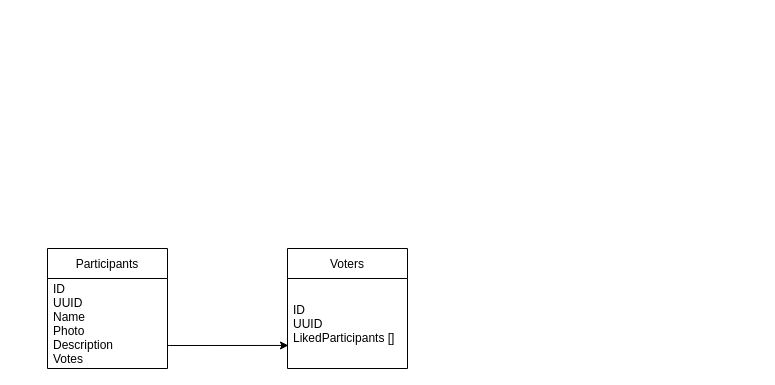
Earlier version of the draw.io diagram sql/sql.drawio (AlexanderTurok/beaty-telegram-bot). Source tidied: cells renumbered, new cells numbered last; positions are measured from the earlier drawing's top-left corner, leaving out a move shared by most shapes. Both pictures are drawn from the tidied source at 100%, with x=0, y=0 at pixel (47, 248).
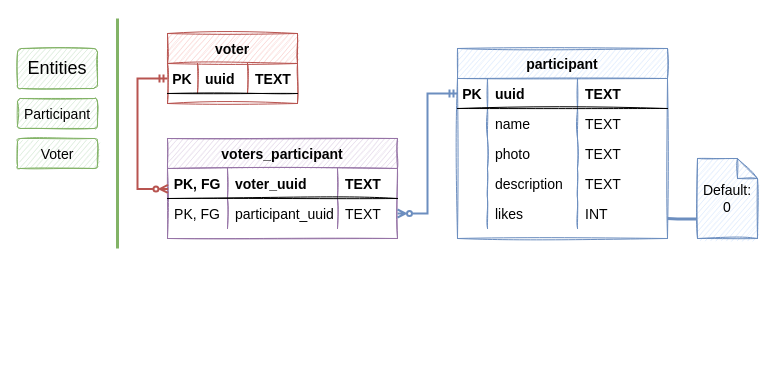
The same page after the edit.

Diff of the diagram source:
```diff
@@
-    <mxCell id="2" value="Participants" style="swimlane;fontStyle=0;horizontal=1;startSize=30;" parent="1" vertex="1">
-      <mxGeometry width="120" height="120" as="geometry" />
-    </mxCell>
-    <mxCell id="3" value="ID&#10;UUID&#10;Name&#10;Photo&#10;Description&#10;Votes" style="text;strokeColor=none;fillColor=none;align=left;verticalAlign=middle;spacingLeft=4;spacingRight=4;overflow=hidden;" parent="2" vertex="1">
-      <mxGeometry y="30" width="120" height="90" as="geometry" />
-    </mxCell>
-    <mxCell id="4" value="Voters" style="swimlane;fontStyle=0;horizontal=1;startSize=30;" parent="1" vertex="1">
-      <mxGeometry x="240" width="120" height="120" as="geometry" />
-    </mxCell>
-    <mxCell id="5" value="ID&#10;UUID&#10;LikedParticipants []" style="text;strokeColor=none;fillColor=none;align=left;verticalAlign=middle;spacingLeft=4;spacingRight=4;overflow=hidden;points=[[0,0.5],[1,0.5]];portConstraint=eastwest;" parent="4" vertex="1">
-      <mxGeometry y="30" width="120" height="90" as="geometry" />
-    </mxCell>
-    <mxCell id="6" style="edgeStyle=orthogonalEdgeStyle;rounded=0;jettySize=auto;html=1;entryX=0.008;entryY=0.744;entryDx=0;entryDy=0;entryPerimeter=0;" parent="1" edge="1" target="5">
-      <mxGeometry relative="1" as="geometry">
-        <mxPoint x="120" y="97" as="sourcePoint" />
-        <Array as="points">
-          <mxPoint x="122" y="97" />
-        </Array>
-      </mxGeometry>
-    </mxCell>
+    <mxCell id="7" value="&lt;font style=&quot;font-size: 18px;&quot;&gt;Entities&lt;/font&gt;" style="rounded=1;arcSize=10;whiteSpace=wrap;html=1;align=center;sketch=1;fillColor=#d5e8d4;strokeColor=#82b366;" parent="1" vertex="1">
+      <mxGeometry x="-30" y="-200" width="80" height="40" as="geometry" />
+    </mxCell>
+    <mxCell id="8" value="&lt;font style=&quot;font-size: 14px;&quot;&gt;Participant&lt;/font&gt;" style="rounded=1;arcSize=10;whiteSpace=wrap;html=1;align=center;sketch=1;fontSize=18;fillColor=#d5e8d4;strokeColor=#82b366;" parent="1" vertex="1">
+      <mxGeometry x="-30" y="-150" width="80" height="30" as="geometry" />
+    </mxCell>
+    <mxCell id="9" value="&lt;span style=&quot;font-size: 14px;&quot;&gt;Voter&lt;/span&gt;" style="rounded=1;arcSize=10;whiteSpace=wrap;html=1;align=center;sketch=1;fontSize=18;fillColor=#d5e8d4;strokeColor=#82b366;" parent="1" vertex="1">
+      <mxGeometry x="-30" y="-110" width="80" height="30" as="geometry" />
+    </mxCell>
+    <mxCell id="10" style="endArrow=none;html=1;rounded=0;fontSize=14;fillColor=#d5e8d4;strokeColor=#82b366;strokeWidth=3;" parent="1" edge="1">
+      <mxGeometry relative="1" as="geometry">
+        <mxPoint x="70" as="sourcePoint" />
+        <mxPoint x="70" y="-230" as="targetPoint" />
+      </mxGeometry>
+    </mxCell>
+    <mxCell id="11" value="participant" style="shape=table;startSize=30;childLayout=tableLayout;rowLines=0;fontStyle=1;align=center;sketch=1;fontSize=14;fillColor=#dae8fc;strokeColor=#6c8ebf;" parent="1" vertex="1">
+      <mxGeometry x="410" y="-200" width="210" height="190" as="geometry" />
+    </mxCell>
+    <mxCell id="12" style="shape=tableRow;horizontal=0;startSize=0;swimlaneHead=0;swimlaneBody=0;fillColor=none;points=[[0,0.5],[1,0.5]];portConstraint=eastwest;top=0;left=0;right=0;bottom=1;sketch=1;fontSize=14;" parent="11" vertex="1">
+      <mxGeometry y="30" width="210" height="30" as="geometry" />
+    </mxCell>
+    <mxCell id="13" value="PK" style="shape=partialRectangle;fillColor=none;top=0;left=0;bottom=0;right=0;fontStyle=1;overflow=hidden;sketch=1;fontSize=14;" parent="12" vertex="1">
+      <mxGeometry width="30" height="30" as="geometry" />
+    </mxCell>
+    <mxCell id="14" value="uuid" style="shape=partialRectangle;fillColor=none;top=0;left=0;bottom=0;right=0;align=left;spacingLeft=6;fontStyle=1;overflow=hidden;sketch=1;fontSize=14;" parent="12" vertex="1">
+      <mxGeometry x="30" width="90" height="30" as="geometry" />
+    </mxCell>
+    <mxCell id="15" value="TEXT" style="shape=partialRectangle;fillColor=none;top=0;left=0;bottom=0;right=0;align=left;spacingLeft=6;fontStyle=1;overflow=hidden;sketch=1;fontSize=14;" parent="12" vertex="1">
+      <mxGeometry x="120" width="90" height="30" as="geometry" />
+    </mxCell>
+    <mxCell id="16" style="shape=tableRow;horizontal=0;startSize=0;swimlaneHead=0;swimlaneBody=0;fillColor=none;top=0;left=0;right=0;bottom=0;sketch=1;fontSize=14;" parent="11" vertex="1">
+      <mxGeometry y="60" width="210" height="30" as="geometry" />
+    </mxCell>
+    <mxCell id="17" style="shape=partialRectangle;fillColor=none;top=0;left=0;bottom=0;right=0;overflow=hidden;sketch=1;fontSize=14;" parent="16" vertex="1">
+      <mxGeometry width="30" height="30" as="geometry" />
+    </mxCell>
+    <mxCell id="18" value="name" style="shape=partialRectangle;fillColor=none;top=0;left=0;bottom=0;right=0;align=left;spacingLeft=6;overflow=hidden;sketch=1;fontSize=14;" parent="16" vertex="1">
+      <mxGeometry x="30" width="90" height="30" as="geometry" />
+    </mxCell>
+    <mxCell id="19" value="TEXT" style="shape=partialRectangle;fillColor=none;top=0;left=0;bottom=0;right=0;align=left;spacingLeft=6;overflow=hidden;sketch=1;fontSize=14;" parent="16" vertex="1">
+      <mxGeometry x="120" width="90" height="30" as="geometry" />
+    </mxCell>
+    <mxCell id="20" style="shape=tableRow;horizontal=0;startSize=0;swimlaneHead=0;swimlaneBody=0;fillColor=none;top=0;left=0;right=0;bottom=0;sketch=1;fontSize=14;" parent="11" vertex="1">
+      <mxGeometry y="90" width="210" height="30" as="geometry" />
+    </mxCell>
+    <mxCell id="21" style="shape=partialRectangle;fillColor=none;top=0;left=0;bottom=0;right=0;overflow=hidden;sketch=1;fontSize=14;" parent="20" vertex="1">
+      <mxGeometry width="30" height="30" as="geometry" />
+    </mxCell>
+    <mxCell id="22" value="photo" style="shape=partialRectangle;fillColor=none;top=0;left=0;bottom=0;right=0;align=left;spacingLeft=6;overflow=hidden;sketch=1;fontSize=14;" parent="20" vertex="1">
+      <mxGeometry x="30" width="90" height="30" as="geometry" />
+    </mxCell>
+    <mxCell id="23" value="TEXT" style="shape=partialRectangle;fillColor=none;top=0;left=0;bottom=0;right=0;align=left;spacingLeft=6;overflow=hidden;sketch=1;fontSize=14;" parent="20" vertex="1">
+      <mxGeometry x="120" width="90" height="30" as="geometry" />
+    </mxCell>
+    <mxCell id="24" style="shape=tableRow;horizontal=0;startSize=0;swimlaneHead=0;swimlaneBody=0;fillColor=none;top=0;left=0;right=0;bottom=0;sketch=1;fontSize=14;" parent="11" vertex="1">
+      <mxGeometry y="120" width="210" height="30" as="geometry" />
+    </mxCell>
+    <mxCell id="25" style="shape=partialRectangle;fillColor=none;top=0;left=0;bottom=0;right=0;overflow=hidden;sketch=1;fontSize=14;" parent="24" vertex="1">
+      <mxGeometry width="30" height="30" as="geometry" />
+    </mxCell>
+    <mxCell id="26" value="description" style="shape=partialRectangle;fillColor=none;top=0;left=0;bottom=0;right=0;align=left;spacingLeft=6;overflow=hidden;sketch=1;fontSize=14;" parent="24" vertex="1">
+      <mxGeometry x="30" width="90" height="30" as="geometry" />
+    </mxCell>
+    <mxCell id="27" value="TEXT" style="shape=partialRectangle;fillColor=none;top=0;left=0;bottom=0;right=0;align=left;spacingLeft=6;overflow=hidden;sketch=1;fontSize=14;" parent="24" vertex="1">
+      <mxGeometry x="120" width="90" height="30" as="geometry" />
+    </mxCell>
+    <mxCell id="28" style="shape=tableRow;horizontal=0;startSize=0;swimlaneHead=0;swimlaneBody=0;fillColor=none;top=0;left=0;right=0;bottom=0;sketch=1;fontSize=14;" parent="11" vertex="1">
+      <mxGeometry y="150" width="210" height="30" as="geometry" />
+    </mxCell>
+    <mxCell id="29" style="shape=partialRectangle;fillColor=none;top=0;left=0;bottom=0;right=0;overflow=hidden;sketch=1;fontSize=14;" parent="28" vertex="1">
+      <mxGeometry width="30" height="30" as="geometry" />
+    </mxCell>
+    <mxCell id="30" value="likes" style="shape=partialRectangle;fillColor=none;top=0;left=0;bottom=0;right=0;align=left;spacingLeft=6;overflow=hidden;sketch=1;fontSize=14;" parent="28" vertex="1">
+      <mxGeometry x="30" width="90" height="30" as="geometry" />
+    </mxCell>
+    <mxCell id="31" value="INT" style="shape=partialRectangle;fillColor=none;top=0;left=0;bottom=0;right=0;align=left;spacingLeft=6;overflow=hidden;sketch=1;fontSize=14;" parent="28" vertex="1">
+      <mxGeometry x="120" width="90" height="30" as="geometry" />
+    </mxCell>
+    <mxCell id="32" style="edgeStyle=orthogonalEdgeStyle;rounded=0;jettySize=auto;html=1;strokeWidth=3;fontSize=14;exitX=-0.012;exitY=0.757;exitDx=0;exitDy=0;exitPerimeter=0;jumpSize=6;endSize=0;startSize=0;fillColor=#dae8fc;strokeColor=#6c8ebf;endArrow=none;endFill=0;" parent="1" edge="1" source="33">
+      <mxGeometry relative="1" as="geometry">
+        <mxPoint x="620" y="-30" as="targetPoint" />
+        <Array as="points">
+          <mxPoint x="630" y="-29" />
+          <mxPoint x="620" y="-30" />
+        </Array>
+      </mxGeometry>
+    </mxCell>
+    <mxCell id="33" value="Default: 0" style="shape=note;size=20;whiteSpace=wrap;html=1;sketch=1;fontSize=14;fillColor=#dae8fc;strokeColor=#6c8ebf;" parent="1" vertex="1">
+      <mxGeometry x="650" y="-90" width="60" height="80" as="geometry" />
+    </mxCell>
+    <mxCell id="34" value="voter" style="shape=table;startSize=30;childLayout=tableLayout;rowLines=0;fontStyle=1;align=center;sketch=1;fontSize=14;fillColor=#f8cecc;strokeColor=#b85450;" parent="1" vertex="1">
+      <mxGeometry x="120" y="-215" width="130" height="70" as="geometry" />
+    </mxCell>
+    <mxCell id="35" style="shape=tableRow;horizontal=0;startSize=0;swimlaneHead=0;swimlaneBody=0;fillColor=none;points=[[0,0.5],[1,0.5]];portConstraint=eastwest;top=0;left=0;right=0;bottom=1;sketch=1;fontSize=14;" parent="34" vertex="1">
+      <mxGeometry y="30" width="130" height="30" as="geometry" />
+    </mxCell>
+    <mxCell id="36" value="PK" style="shape=partialRectangle;fillColor=none;top=0;left=0;bottom=0;right=0;fontStyle=1;overflow=hidden;sketch=1;fontSize=14;" parent="35" vertex="1">
+      <mxGeometry width="30" height="30" as="geometry" />
+    </mxCell>
+    <mxCell id="37" value="uuid" style="shape=partialRectangle;fillColor=none;top=0;left=0;bottom=0;right=0;align=left;spacingLeft=6;fontStyle=1;overflow=hidden;sketch=1;fontSize=14;" parent="35" vertex="1">
+      <mxGeometry x="30" width="50" height="30" as="geometry" />
+    </mxCell>
+    <mxCell id="38" value="TEXT" style="shape=partialRectangle;fillColor=none;top=0;left=0;bottom=0;right=0;align=left;spacingLeft=6;fontStyle=1;overflow=hidden;sketch=1;fontSize=14;" parent="35" vertex="1">
+      <mxGeometry x="80" width="50" height="30" as="geometry" />
+    </mxCell>
+    <mxCell id="39" value="voters_participant" style="shape=table;startSize=30;childLayout=tableLayout;rowLines=0;fontStyle=1;align=center;sketch=1;fontSize=14;fillColor=#e1d5e7;strokeColor=#9673a6;" parent="1" vertex="1">
+      <mxGeometry x="120" y="-110" width="230" height="100" as="geometry" />
+    </mxCell>
+    <mxCell id="40" style="shape=tableRow;horizontal=0;startSize=0;swimlaneHead=0;swimlaneBody=0;fillColor=none;points=[[0,0.5],[1,0.5]];portConstraint=eastwest;top=0;left=0;right=0;bottom=1;sketch=1;fontSize=14;" parent="39" vertex="1">
+      <mxGeometry y="30" width="230" height="30" as="geometry" />
+    </mxCell>
+    <mxCell id="41" value="PK, FG" style="shape=partialRectangle;fillColor=none;top=0;left=0;bottom=0;right=0;fontStyle=1;overflow=hidden;sketch=1;fontSize=14;" parent="40" vertex="1">
+      <mxGeometry width="60" height="30" as="geometry" />
+    </mxCell>
+    <mxCell id="42" value="voter_uuid" style="shape=partialRectangle;fillColor=none;top=0;left=0;bottom=0;right=0;align=left;spacingLeft=6;fontStyle=1;overflow=hidden;sketch=1;fontSize=14;" parent="40" vertex="1">
+      <mxGeometry x="60" width="110" height="30" as="geometry" />
+    </mxCell>
+    <mxCell id="43" value="TEXT" style="shape=partialRectangle;fillColor=none;top=0;left=0;bottom=0;right=0;align=left;spacingLeft=6;fontStyle=1;overflow=hidden;sketch=1;fontSize=14;" parent="40" vertex="1">
+      <mxGeometry x="170" width="60" height="30" as="geometry" />
+    </mxCell>
+    <mxCell id="44" style="shape=tableRow;horizontal=0;startSize=0;swimlaneHead=0;swimlaneBody=0;fillColor=none;points=[[0,0.5],[1,0.5]];portConstraint=eastwest;top=0;left=0;right=0;bottom=0;sketch=1;fontSize=14;" parent="39" vertex="1">
+      <mxGeometry y="60" width="230" height="30" as="geometry" />
+    </mxCell>
+    <mxCell id="45" value="PK, FG" style="shape=partialRectangle;fillColor=none;top=0;left=0;bottom=0;right=0;overflow=hidden;sketch=1;fontSize=14;" parent="44" vertex="1">
+      <mxGeometry width="60" height="30" as="geometry" />
+    </mxCell>
+    <mxCell id="46" value="participant_uuid" style="shape=partialRectangle;fillColor=none;top=0;left=0;bottom=0;right=0;align=left;spacingLeft=6;overflow=hidden;sketch=1;fontSize=14;" parent="44" vertex="1">
+      <mxGeometry x="60" width="110" height="30" as="geometry" />
+    </mxCell>
+    <mxCell id="47" value="TEXT" style="shape=partialRectangle;fillColor=none;top=0;left=0;bottom=0;right=0;align=left;spacingLeft=6;overflow=hidden;sketch=1;fontSize=14;" parent="44" vertex="1">
+      <mxGeometry x="170" width="60" height="30" as="geometry" />
+    </mxCell>
+    <mxCell id="48" style="edgeStyle=orthogonalEdgeStyle;rounded=0;jumpSize=6;jettySize=auto;html=1;entryX=0.002;entryY=0.681;entryDx=0;entryDy=0;entryPerimeter=0;strokeWidth=2;fontSize=14;startArrow=ERmandOne;startFill=0;endArrow=ERzeroToMany;endFill=0;startSize=5;endSize=5;fillColor=#f8cecc;strokeColor=#b85450;" parent="1" edge="1" source="35" target="40">
+      <mxGeometry relative="1" as="geometry">
+        <Array as="points">
+          <mxPoint x="90" y="-170" />
+          <mxPoint x="90" y="-60" />
+        </Array>
+      </mxGeometry>
+    </mxCell>
+    <mxCell id="49" style="edgeStyle=orthogonalEdgeStyle;rounded=0;jumpSize=6;jettySize=auto;html=1;entryX=0;entryY=0.5;entryDx=0;entryDy=0;strokeWidth=2;fontSize=14;startArrow=ERzeroToMany;startFill=0;endArrow=ERmandOne;endFill=0;startSize=5;endSize=5;fillColor=#dae8fc;strokeColor=#6c8ebf;" parent="1" edge="1" source="44" target="12">
+      <mxGeometry relative="1" as="geometry">
+        <Array as="points">
+          <mxPoint x="380" y="-35" />
+          <mxPoint x="380" y="-155" />
+        </Array>
+      </mxGeometry>
+    </mxCell>
```
